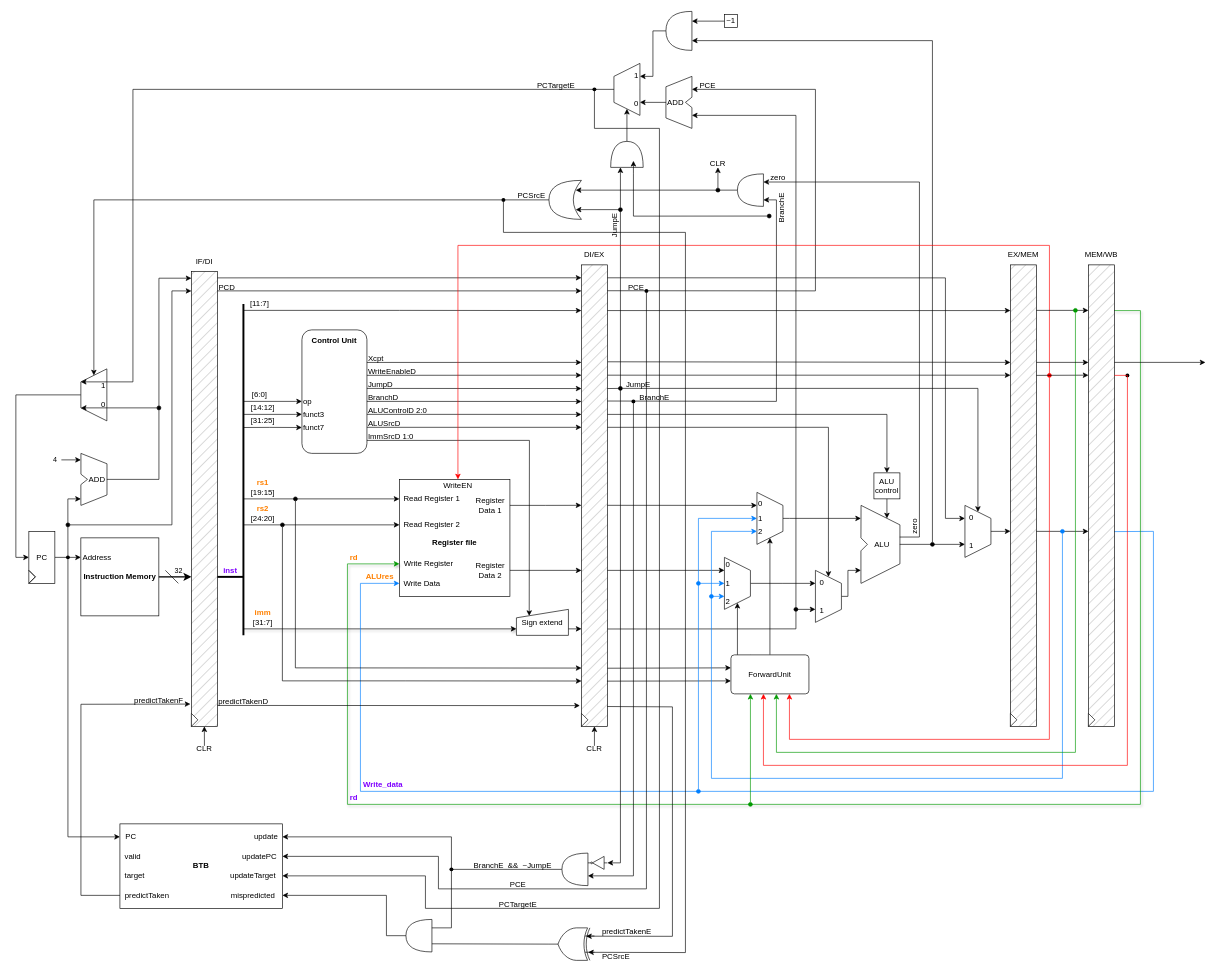
Above: 06_Branch-Target-Buffer/Schematic.drawio in christianrptu/ADSProject (draw.io), before the change. Source tidied: cells renumbered, new cells numbered last; positions are measured from the earlier drawing's top-left corner, leaving out a move shared by most shapes. Both pictures are drawn from the tidied source at 65%, with x=0, y=0 at pixel (29, 11).
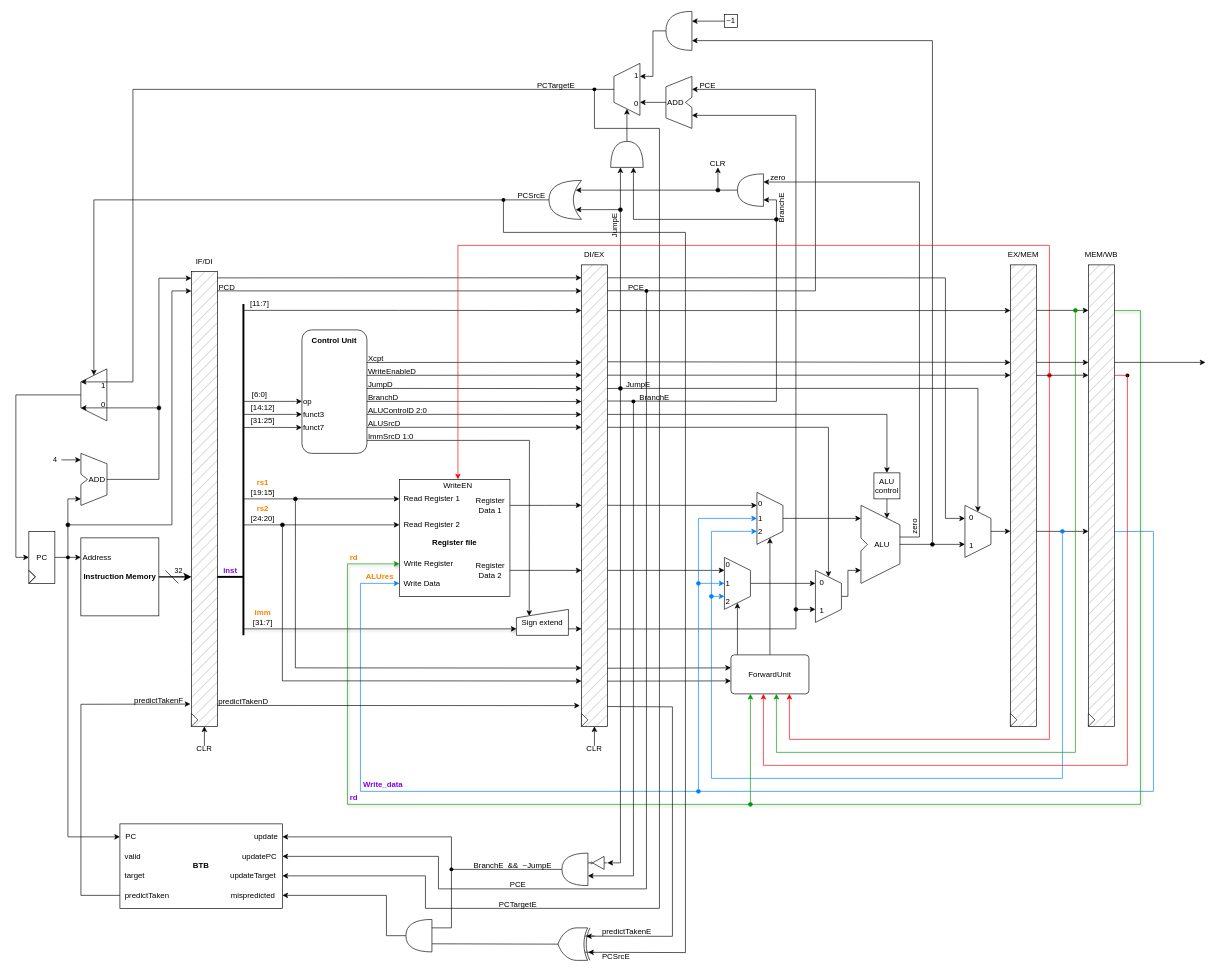
The same page after the edit.

What changed in the source:
```diff
@@
-    <mxCell id="152" style="endArrow=classic;html=1;rounded=0;startArrow=oval;startFill=1;entryX=0;entryY=0.7;entryDx=0;entryDy=0;entryPerimeter=0;exitX=-0.001;exitY=0.089;exitDx=0;exitDy=0;exitPerimeter=0;" parent="1" edge="1">
+    <mxCell id="152" style="endArrow=classic;html=1;rounded=0;startArrow=oval;startFill=1;" parent="1" edge="1">
       <mxGeometry relative="1" as="geometry">
-        <mxPoint x="1138.9" y="314.9" as="sourcePoint" />
-        <mxPoint x="930" y="230" as="targetPoint" />
+        <mxPoint x="1150" y="320" as="sourcePoint" />
+        <mxPoint x="930" y="240" as="targetPoint" />
         <Array as="points">
-          <mxPoint x="930" y="315" />
+          <mxPoint x="930" y="320" />
           <mxPoint x="930" y="250" />
         </Array>
       </mxGeometry>
     </mxCell>
```
